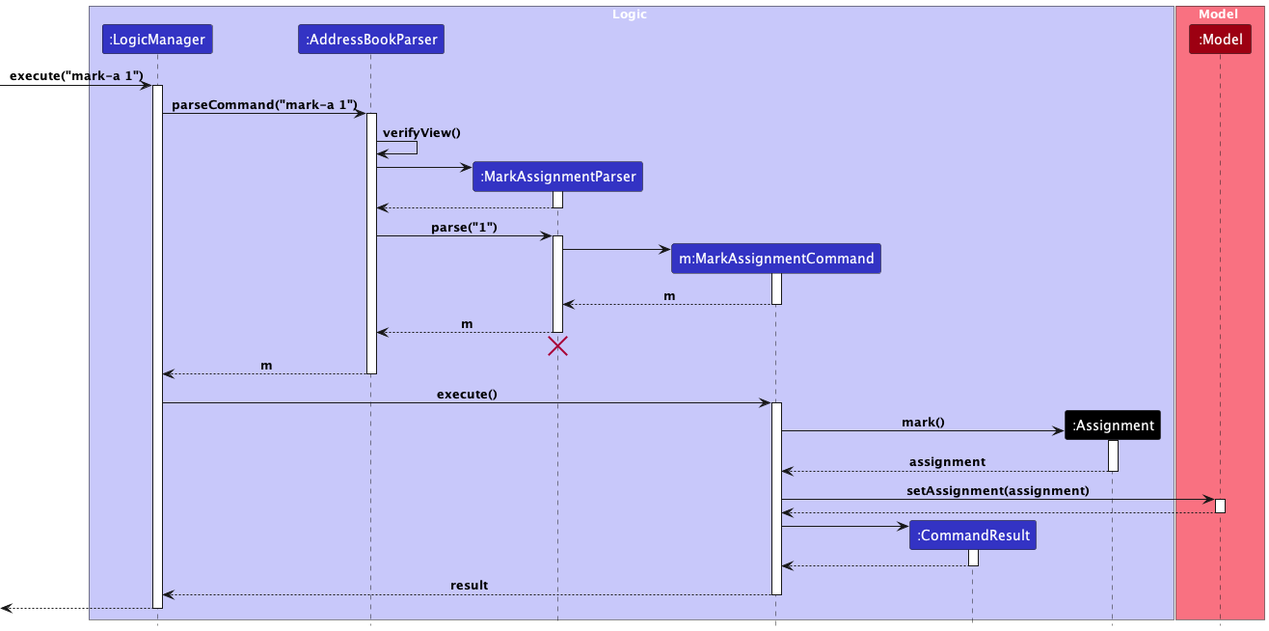
Earlier version of the PlantUML export docs/images/MarkAssignmentSeq.png (seewhyjay/tp).
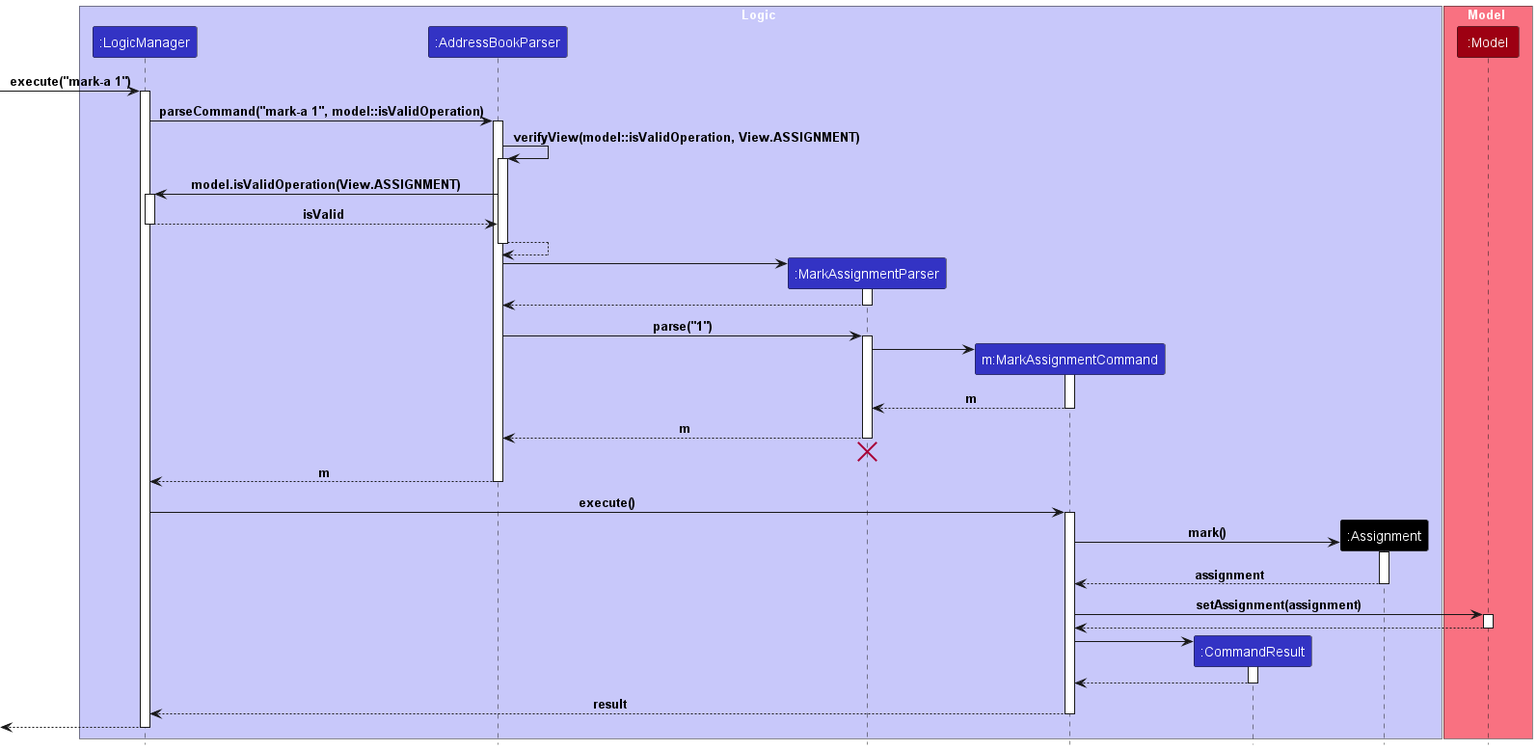
The same file after the commit.

Diff of the diagram source:
```diff
@@ -17,10 +17,21 @@
 [-> LogicManager : execute("mark-a 1")
 activate LogicManager
 
-LogicManager -> AddressBookParser : parseCommand("mark-a 1")
+LogicManager -> AddressBookParser : parseCommand("mark-a 1", model::isValidOperation)
 activate AddressBookParser
 
-AddressBookParser -> AddressBookParser : verifyView()
+AddressBookParser -> AddressBookParser : verifyView(model::isValidOperation, View.ASSIGNMENT)
+activate AddressBookParser
+
+AddressBookParser -> LogicManager : model.isValidOperation(View.ASSIGNMENT)
+activate LogicManager
+
+LogicManager --> AddressBookParser : isValid
+deactivate LogicManager
+
+AddressBookParser --> AddressBookParser
+
+deactivate AddressBookParser
 
 create MarkAssignmentParser
 AddressBookParser -> MarkAssignmentParser
```
